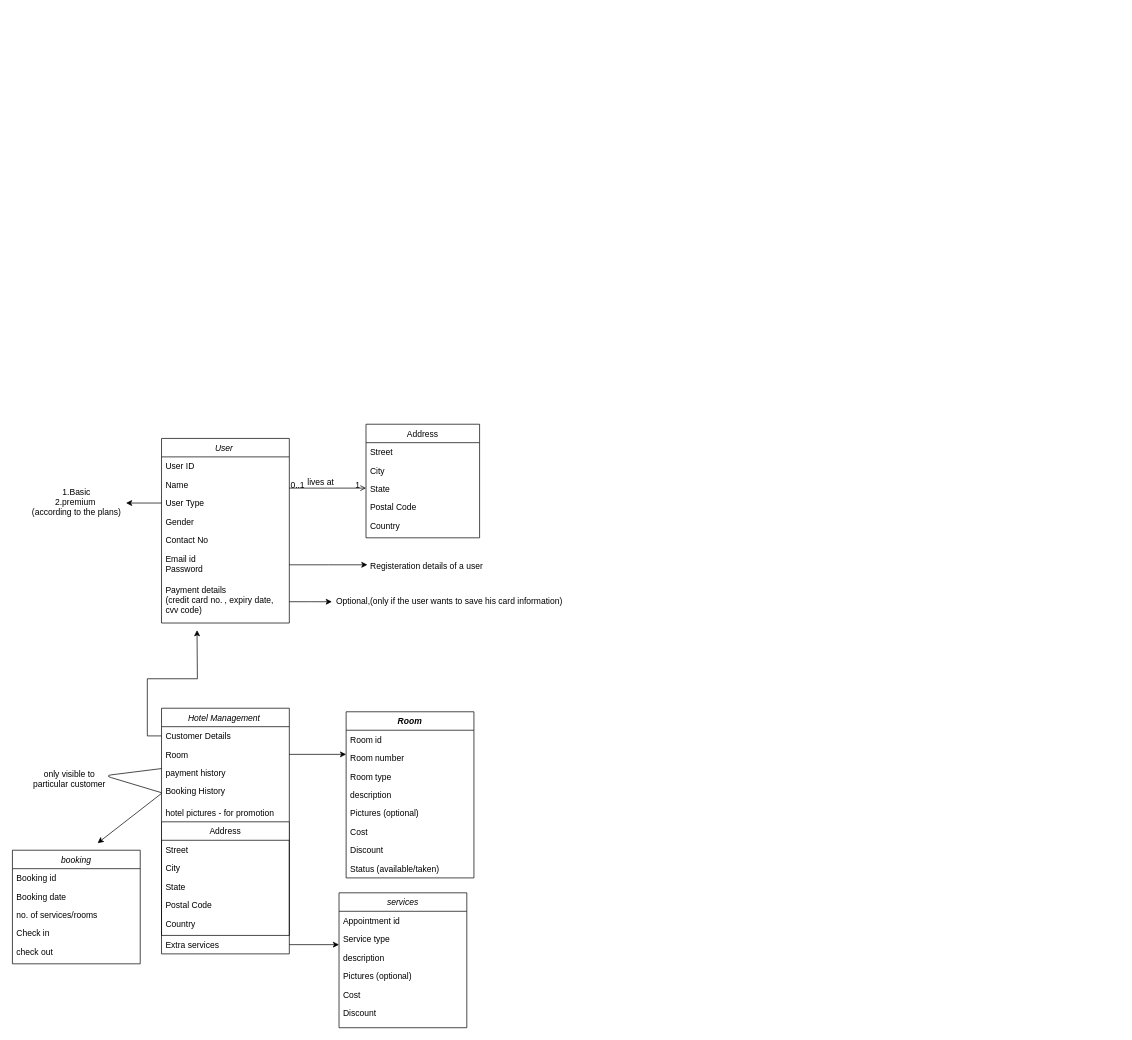
Earlier version of the draw.io diagram Untitled Diagram.drawio (riyagarg26/database_design). Source tidied: cells renumbered, new cells numbered last; positions are measured from the earlier drawing's top-left corner, leaving out a move shared by most shapes. Both pictures are drawn from the tidied source at 71%, with x=0, y=0 at pixel (12, 424).
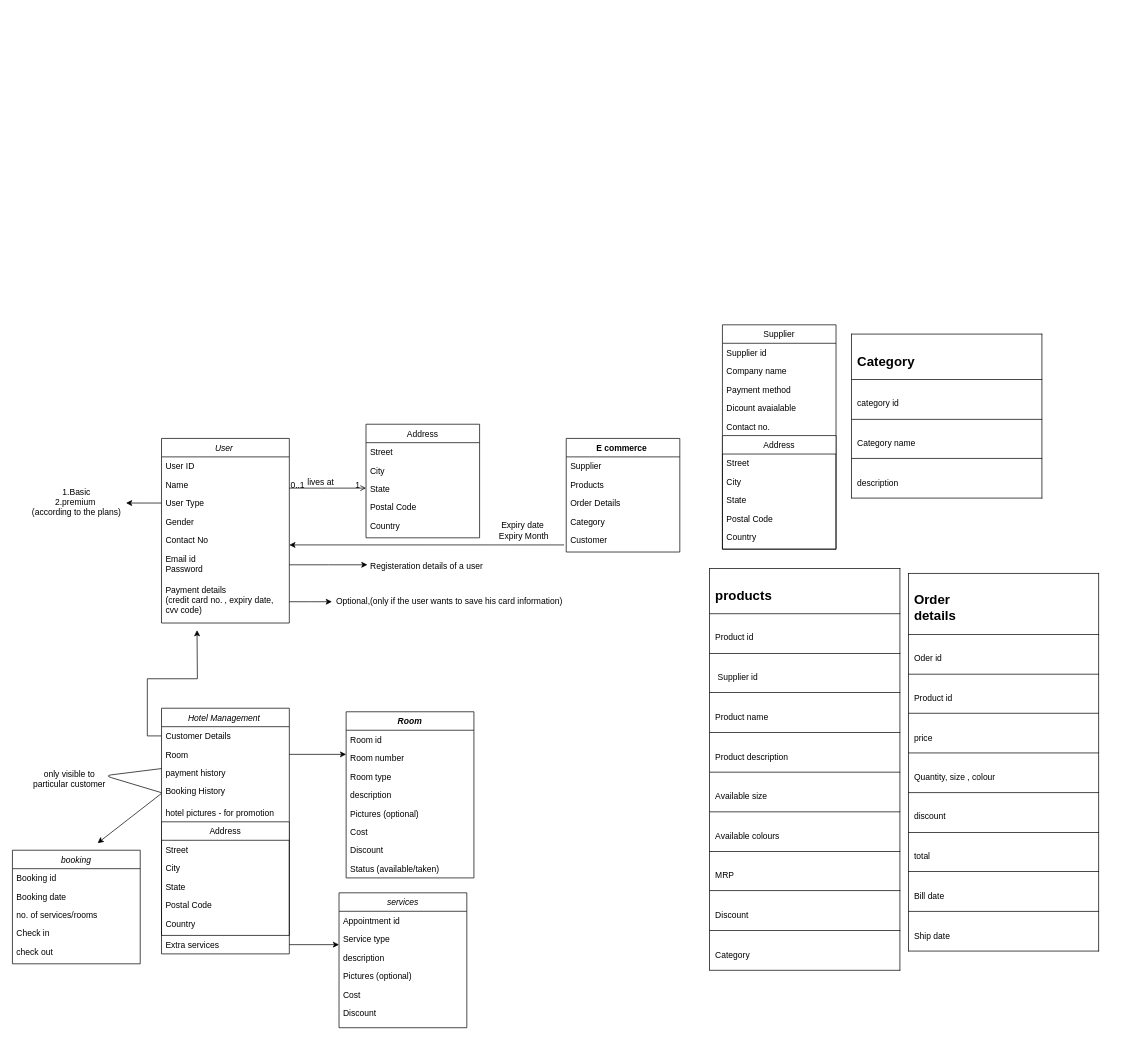
The same diagram, later.

Unchanged cells that the change refers to:
```xml
<mxCell id="7" value="Contact No" style="text;align=left;verticalAlign=top;spacingLeft=4;spacingRight=4;overflow=hidden;points=[[0,0.5],[1,0.5]];portConstraint=eastwest;rounded=0;shadow=0;html=0;" parent="2" vertex="1">
  <mxGeometry y="130" width="180" height="26" as="geometry" />
</mxCell>
```

Change to the diagram source:
```diff
@@
+    <mxCell id="67" style="endArrow=classic;html=1;entryX=1;entryY=0.769;entryDx=0;entryDy=0;entryPerimeter=0;" parent="1" edge="1" target="7">
+      <mxGeometry relative="1" as="geometry">
+        <mxPoint x="777" y="170" as="sourcePoint" />
+      </mxGeometry>
+    </mxCell>
+    <mxCell id="68" value="E commerce " style="swimlane;fontStyle=1;align=center;verticalAlign=top;horizontal=1;startSize=26;rounded=0;shadow=0;strokeWidth=1;" parent="1" vertex="1">
+      <mxGeometry x="780" y="20" width="160" height="160" as="geometry" />
+    </mxCell>
+    <mxCell id="69" value="Supplier" style="text;align=left;verticalAlign=top;spacingLeft=4;spacingRight=4;overflow=hidden;" parent="68" vertex="1">
+      <mxGeometry y="26" width="160" height="26" as="geometry" />
+    </mxCell>
+    <mxCell id="70" value="Products" style="text;align=left;verticalAlign=top;spacingLeft=4;spacingRight=4;overflow=hidden;rounded=0;shadow=0;html=0;" parent="68" vertex="1">
+      <mxGeometry y="52" width="160" height="26" as="geometry" />
+    </mxCell>
+    <mxCell id="71" value="Order Details " style="text;align=left;verticalAlign=top;spacingLeft=4;spacingRight=4;overflow=hidden;rounded=0;shadow=0;html=0;" parent="68" vertex="1">
+      <mxGeometry y="78" width="160" height="26" as="geometry" />
+    </mxCell>
+    <mxCell id="72" value="Category" style="text;align=left;verticalAlign=top;spacingLeft=4;spacingRight=4;overflow=hidden;rounded=0;shadow=0;html=0;" parent="68" vertex="1">
+      <mxGeometry y="104" width="160" height="26" as="geometry" />
+    </mxCell>
+    <mxCell id="73" value="Customer" style="text;align=left;verticalAlign=top;spacingLeft=4;spacingRight=4;overflow=hidden;rounded=0;shadow=0;html=0;" parent="68" vertex="1">
+      <mxGeometry y="130" width="160" height="26" as="geometry" />
+    </mxCell>
+    <mxCell id="74" value="Supplier" style="swimlane;fontStyle=0;align=center;verticalAlign=top;horizontal=1;startSize=26;rounded=0;shadow=0;strokeWidth=1;" parent="1" vertex="1">
+      <mxGeometry x="1000" y="-140" width="160" height="316" as="geometry" />
+    </mxCell>
+    <mxCell id="75" value="Supplier id " style="text;align=left;verticalAlign=top;spacingLeft=4;spacingRight=4;overflow=hidden;rounded=0;shadow=0;html=0;" parent="74" vertex="1">
+      <mxGeometry y="26" width="160" height="26" as="geometry" />
+    </mxCell>
+    <mxCell id="76" value="Company name " style="text;align=left;verticalAlign=top;spacingLeft=4;spacingRight=4;overflow=hidden;rounded=0;shadow=0;html=0;" parent="74" vertex="1">
+      <mxGeometry y="52" width="160" height="26" as="geometry" />
+    </mxCell>
+    <mxCell id="77" value="Payment method" style="text;align=left;verticalAlign=top;spacingLeft=4;spacingRight=4;overflow=hidden;rounded=0;shadow=0;html=0;" parent="74" vertex="1">
+      <mxGeometry y="78" width="160" height="26" as="geometry" />
+    </mxCell>
+    <mxCell id="78" value="Dicount avaialable" style="text;align=left;verticalAlign=top;spacingLeft=4;spacingRight=4;overflow=hidden;rounded=0;shadow=0;html=0;" parent="74" vertex="1">
+      <mxGeometry y="104" width="160" height="26" as="geometry" />
+    </mxCell>
+    <mxCell id="79" value="Contact no." style="text;align=left;verticalAlign=top;spacingLeft=4;spacingRight=4;overflow=hidden;rounded=0;shadow=0;html=0;" parent="74" vertex="1">
+      <mxGeometry y="130" width="160" height="26" as="geometry" />
+    </mxCell>
+    <mxCell id="80" value="Address" style="swimlane;fontStyle=0;align=center;verticalAlign=top;horizontal=1;startSize=26;rounded=0;shadow=0;strokeWidth=1;" parent="74" vertex="1">
+      <mxGeometry y="156" width="160" height="160" as="geometry" />
+    </mxCell>
+    <mxCell id="81" value="Street" style="text;align=left;verticalAlign=top;spacingLeft=4;spacingRight=4;overflow=hidden;" parent="80" vertex="1">
+      <mxGeometry y="26" width="160" height="26" as="geometry" />
+    </mxCell>
+    <mxCell id="82" value="City" style="text;align=left;verticalAlign=top;spacingLeft=4;spacingRight=4;overflow=hidden;rounded=0;shadow=0;html=0;" parent="80" vertex="1">
+      <mxGeometry y="52" width="160" height="26" as="geometry" />
+    </mxCell>
+    <mxCell id="83" value="State" style="text;align=left;verticalAlign=top;spacingLeft=4;spacingRight=4;overflow=hidden;rounded=0;shadow=0;html=0;" parent="80" vertex="1">
+      <mxGeometry y="78" width="160" height="26" as="geometry" />
+    </mxCell>
+    <mxCell id="84" value="Postal Code" style="text;align=left;verticalAlign=top;spacingLeft=4;spacingRight=4;overflow=hidden;rounded=0;shadow=0;html=0;" parent="80" vertex="1">
+      <mxGeometry y="104" width="160" height="26" as="geometry" />
+    </mxCell>
+    <mxCell id="85" value="Country" style="text;align=left;verticalAlign=top;spacingLeft=4;spacingRight=4;overflow=hidden;rounded=0;shadow=0;html=0;" parent="80" vertex="1">
+      <mxGeometry y="130" width="160" height="26" as="geometry" />
+    </mxCell>
+    <mxCell id="86" value="&lt;table class=&quot;MsoTableGrid&quot; border=&quot;1&quot; cellspacing=&quot;0&quot; cellpadding=&quot;0&quot; style=&quot;border-collapse: collapse ; border: none&quot;&gt;&#10; &lt;tbody&gt;&lt;tr&gt;&#10;  &lt;td width=&quot;253&quot; valign=&quot;top&quot; style=&quot;width: 189.7pt ; border: solid black 1.0pt ; padding: 0cm 5.4pt 0cm 5.4pt&quot;&gt;&#10;  &lt;p class=&quot;MsoNormal&quot; style=&quot;margin-bottom: 0cm ; margin-bottom: 0.0001pt ; line-height: normal&quot;&gt;&lt;b&gt;&lt;span style=&quot;font-size: 14.0pt&quot;&gt;products&lt;/span&gt;&lt;/b&gt;&lt;/p&gt;&#10;  &lt;/td&gt;&#10; &lt;/tr&gt;&#10; &lt;tr&gt;&#10;  &lt;td width=&quot;253&quot; valign=&quot;top&quot; style=&quot;width: 189.7pt ; border: solid black 1.0pt ; border-top: none ; padding: 0cm 5.4pt 0cm 5.4pt&quot;&gt;&#10;  &lt;p class=&quot;MsoNormal&quot; style=&quot;margin-bottom: 0cm ; margin-bottom: 0.0001pt ; line-height: normal&quot;&gt;Product id&lt;/p&gt;&#10;  &lt;/td&gt;&#10; &lt;/tr&gt;&#10; &lt;tr&gt;&#10;  &lt;td width=&quot;253&quot; valign=&quot;top&quot; style=&quot;width: 189.7pt ; border: solid black 1.0pt ; border-top: none ; padding: 0cm 5.4pt 0cm 5.4pt&quot;&gt;&#10;  &lt;p class=&quot;MsoNormal&quot; style=&quot;margin-bottom: 0cm ; margin-bottom: 0.0001pt ; line-height: normal&quot;&gt;&lt;span&gt;&amp;nbsp;&lt;/span&gt;Supplier id&lt;/p&gt;&#10;  &lt;/td&gt;&#10; &lt;/tr&gt;&#10; &lt;tr&gt;&#10;  &lt;td width=&quot;253&quot; valign=&quot;top&quot; style=&quot;width: 189.7pt ; border: solid black 1.0pt ; border-top: none ; padding: 0cm 5.4pt 0cm 5.4pt&quot;&gt;&#10;  &lt;p class=&quot;MsoNormal&quot; style=&quot;margin-bottom: 0cm ; margin-bottom: 0.0001pt ; line-height: normal&quot;&gt;Product name&lt;/p&gt;&#10;  &lt;/td&gt;&#10; &lt;/tr&gt;&#10; &lt;tr&gt;&#10;  &lt;td width=&quot;253&quot; valign=&quot;top&quot; style=&quot;width: 189.7pt ; border: solid black 1.0pt ; border-top: none ; padding: 0cm 5.4pt 0cm 5.4pt&quot;&gt;&#10;  &lt;p class=&quot;MsoNormal&quot; style=&quot;margin-bottom: 0cm ; margin-bottom: 0.0001pt ; line-height: normal&quot;&gt;Product description&lt;/p&gt;&#10;  &lt;/td&gt;&#10; &lt;/tr&gt;&#10; &lt;tr style=&quot;height: 3.95pt&quot;&gt;&#10;  &lt;td width=&quot;253&quot; valign=&quot;top&quot; style=&quot;width: 189.7pt ; border: solid black 1.0pt ; border-top: none ; padding: 0cm 5.4pt 0cm 5.4pt ; height: 3.95pt&quot;&gt;&#10;  &lt;p class=&quot;MsoNormal&quot; style=&quot;margin-bottom: 0cm ; margin-bottom: 0.0001pt ; line-height: normal&quot;&gt;Available size&lt;/p&gt;&#10;  &lt;/td&gt;&#10; &lt;/tr&gt;&#10; &lt;tr&gt;&#10;  &lt;td width=&quot;253&quot; valign=&quot;top&quot; style=&quot;width: 189.7pt ; border: solid black 1.0pt ; border-top: none ; padding: 0cm 5.4pt 0cm 5.4pt&quot;&gt;&#10;  &lt;p class=&quot;MsoNormal&quot; style=&quot;margin-bottom: 0cm ; margin-bottom: 0.0001pt ; line-height: normal&quot;&gt;Available colours&lt;/p&gt;&#10;  &lt;/td&gt;&#10; &lt;/tr&gt;&#10; &lt;tr&gt;&#10;  &lt;td width=&quot;253&quot; valign=&quot;top&quot; style=&quot;width: 189.7pt ; border: solid black 1.0pt ; border-top: none ; padding: 0cm 5.4pt 0cm 5.4pt&quot;&gt;&#10;  &lt;p class=&quot;MsoNormal&quot; style=&quot;margin-bottom: 0cm ; margin-bottom: 0.0001pt ; line-height: normal&quot;&gt;MRP&lt;/p&gt;&#10;  &lt;/td&gt;&#10; &lt;/tr&gt;&#10; &lt;tr&gt;&#10;  &lt;td width=&quot;253&quot; valign=&quot;top&quot; style=&quot;width: 189.7pt ; border: solid black 1.0pt ; border-top: none ; padding: 0cm 5.4pt 0cm 5.4pt&quot;&gt;&#10;  &lt;p class=&quot;MsoNormal&quot; style=&quot;margin-bottom: 0cm ; margin-bottom: 0.0001pt ; line-height: normal&quot;&gt;Discount&lt;/p&gt;&#10;  &lt;/td&gt;&#10; &lt;/tr&gt;&#10; &lt;tr&gt;&#10;  &lt;td width=&quot;253&quot; valign=&quot;top&quot; style=&quot;width: 189.7pt ; border: solid black 1.0pt ; border-top: none ; padding: 0cm 5.4pt 0cm 5.4pt&quot;&gt;&#10;  &lt;p class=&quot;MsoNormal&quot; style=&quot;margin-bottom: 0cm ; margin-bottom: 0.0001pt ; line-height: normal&quot;&gt;Category &lt;/p&gt;&#10;  &lt;/td&gt;&#10; &lt;/tr&gt;&#10;&lt;/tbody&gt;&lt;/table&gt;" style="text;whiteSpace=wrap;html=1;" parent="1" vertex="1">
+      <mxGeometry x="980" y="-250" width="300" height="900" as="geometry" />
+    </mxCell>
+    <mxCell id="87" value="Expiry date&amp;nbsp;&lt;br&gt;Expiry Month" style="text;html=1;align=center;verticalAlign=middle;fillColor=none;strokeColor=none;rounded=0;" parent="1" vertex="1">
+      <mxGeometry x="675" y="135" width="90" height="30" as="geometry" />
+    </mxCell>
+    <mxCell id="88" value="&#10;&#10;&#10;&#10;&#10;&#10;&#10;&#10;&#10;&#10;&#10;&#10;&#10;&#10;&#10;&#10;&#10;&#10;&lt;table class=&quot;MsoTableGrid&quot; border=&quot;1&quot; cellspacing=&quot;0&quot; cellpadding=&quot;0&quot; style=&quot;border-collapse: collapse ; border: none&quot;&gt;&#10; &lt;tbody&gt;&lt;tr&gt;&#10;  &lt;td width=&quot;253&quot; valign=&quot;top&quot; style=&quot;width: 189.7pt ; border: solid black 1.0pt ; padding: 0cm 5.4pt 0cm 5.4pt&quot;&gt;&#10;  &lt;p class=&quot;MsoNormal&quot; style=&quot;margin-bottom: 0cm ; margin-bottom: 0.0001pt ; line-height: normal&quot;&gt;&lt;b&gt;&lt;span style=&quot;font-size: 14.0pt&quot;&gt;Category&lt;/span&gt;&lt;/b&gt;&lt;/p&gt;&#10;  &lt;/td&gt;&#10; &lt;/tr&gt;&#10; &lt;tr&gt;&#10;  &lt;td width=&quot;253&quot; valign=&quot;top&quot; style=&quot;width: 189.7pt ; border: solid black 1.0pt ; border-top: none ; padding: 0cm 5.4pt 0cm 5.4pt&quot;&gt;&#10;  &lt;p class=&quot;MsoNormal&quot; style=&quot;margin-bottom: 0cm ; margin-bottom: 0.0001pt ; line-height: normal&quot;&gt;category id&lt;/p&gt;&#10;  &lt;/td&gt;&#10; &lt;/tr&gt;&#10; &lt;tr&gt;&#10;  &lt;td width=&quot;253&quot; valign=&quot;top&quot; style=&quot;width: 189.7pt ; border: solid black 1.0pt ; border-top: none ; padding: 0cm 5.4pt 0cm 5.4pt&quot;&gt;&#10;  &lt;p class=&quot;MsoNormal&quot; style=&quot;margin-bottom: 0cm ; margin-bottom: 0.0001pt ; line-height: normal&quot;&gt;Category name&lt;/p&gt;&#10;  &lt;/td&gt;&#10; &lt;/tr&gt;&#10; &lt;tr&gt;&#10;  &lt;td width=&quot;253&quot; valign=&quot;top&quot; style=&quot;width: 189.7pt ; border: solid black 1.0pt ; border-top: none ; padding: 0cm 5.4pt 0cm 5.4pt&quot;&gt;&#10;  &lt;p class=&quot;MsoNormal&quot; style=&quot;margin-bottom: 0cm ; margin-bottom: 0.0001pt ; line-height: normal&quot;&gt;description&lt;/p&gt;&#10;  &lt;/td&gt;&#10; &lt;/tr&gt;&#10;&lt;/tbody&gt;&lt;/table&gt;&#10;&#10;&#10;&#10;&#10;&#10;" style="text;whiteSpace=wrap;html=1;" parent="1" vertex="1">
+      <mxGeometry x="1180" y="-580" width="300" height="930" as="geometry" />
+    </mxCell>
+    <mxCell id="89" value="&lt;table class=&quot;MsoTableGrid&quot; border=&quot;1&quot; cellspacing=&quot;0&quot; cellpadding=&quot;0&quot; style=&quot;border-collapse: collapse ; border: none&quot;&gt;&#10; &lt;tbody&gt;&lt;tr&gt;&#10;  &lt;td width=&quot;253&quot; valign=&quot;top&quot; style=&quot;width: 189.7pt ; border: solid black 1.0pt ; padding: 0cm 5.4pt 0cm 5.4pt&quot;&gt;&#10;  &lt;p class=&quot;MsoNormal&quot; style=&quot;margin-bottom: 0cm ; margin-bottom: 0.0001pt ; line-height: normal&quot;&gt;&lt;b&gt;&lt;span style=&quot;font-size: 14.0pt&quot;&gt;Order&#10;  details&lt;/span&gt;&lt;/b&gt;&lt;/p&gt;&#10;  &lt;/td&gt;&#10; &lt;/tr&gt;&#10; &lt;tr&gt;&#10;  &lt;td width=&quot;253&quot; valign=&quot;top&quot; style=&quot;width: 189.7pt ; border: solid black 1.0pt ; border-top: none ; padding: 0cm 5.4pt 0cm 5.4pt&quot;&gt;&#10;  &lt;p class=&quot;MsoNormal&quot; style=&quot;margin-bottom: 0cm ; margin-bottom: 0.0001pt ; line-height: normal&quot;&gt;Oder id&lt;/p&gt;&#10;  &lt;/td&gt;&#10; &lt;/tr&gt;&#10; &lt;tr&gt;&#10;  &lt;td width=&quot;253&quot; valign=&quot;top&quot; style=&quot;width: 189.7pt ; border: solid black 1.0pt ; border-top: none ; padding: 0cm 5.4pt 0cm 5.4pt&quot;&gt;&#10;  &lt;p class=&quot;MsoNormal&quot; style=&quot;margin-bottom: 0cm ; margin-bottom: 0.0001pt ; line-height: normal&quot;&gt;Product id&lt;/p&gt;&#10;  &lt;/td&gt;&#10; &lt;/tr&gt;&#10; &lt;tr&gt;&#10;  &lt;td width=&quot;253&quot; valign=&quot;top&quot; style=&quot;width: 189.7pt ; border: solid black 1.0pt ; border-top: none ; padding: 0cm 5.4pt 0cm 5.4pt&quot;&gt;&#10;  &lt;p class=&quot;MsoNormal&quot; style=&quot;margin-bottom: 0cm ; margin-bottom: 0.0001pt ; line-height: normal&quot;&gt;price&lt;/p&gt;&#10;  &lt;/td&gt;&#10; &lt;/tr&gt;&#10; &lt;tr&gt;&#10;  &lt;td width=&quot;253&quot; valign=&quot;top&quot; style=&quot;width: 189.7pt ; border: solid black 1.0pt ; border-top: none ; padding: 0cm 5.4pt 0cm 5.4pt&quot;&gt;&#10;  &lt;p class=&quot;MsoNormal&quot; style=&quot;margin-bottom: 0cm ; margin-bottom: 0.0001pt ; line-height: normal&quot;&gt;Quantity, size , colour&lt;/p&gt;&#10;  &lt;/td&gt;&#10; &lt;/tr&gt;&#10; &lt;tr style=&quot;height: 3.95pt&quot;&gt;&#10;  &lt;td width=&quot;253&quot; valign=&quot;top&quot; style=&quot;width: 189.7pt ; border: solid black 1.0pt ; border-top: none ; padding: 0cm 5.4pt 0cm 5.4pt ; height: 3.95pt&quot;&gt;&#10;  &lt;p class=&quot;MsoNormal&quot; style=&quot;margin-bottom: 0cm ; margin-bottom: 0.0001pt ; line-height: normal&quot;&gt;discount&lt;/p&gt;&#10;  &lt;/td&gt;&#10; &lt;/tr&gt;&#10; &lt;tr&gt;&#10;  &lt;td width=&quot;253&quot; valign=&quot;top&quot; style=&quot;width: 189.7pt ; border: solid black 1.0pt ; border-top: none ; padding: 0cm 5.4pt 0cm 5.4pt&quot;&gt;&#10;  &lt;p class=&quot;MsoNormal&quot; style=&quot;margin-bottom: 0cm ; margin-bottom: 0.0001pt ; line-height: normal&quot;&gt;total&lt;/p&gt;&#10;  &lt;/td&gt;&#10; &lt;/tr&gt;&#10; &lt;tr&gt;&#10;  &lt;td width=&quot;253&quot; valign=&quot;top&quot; style=&quot;width: 189.7pt ; border: solid black 1.0pt ; border-top: none ; padding: 0cm 5.4pt 0cm 5.4pt&quot;&gt;&#10;  &lt;p class=&quot;MsoNormal&quot; style=&quot;margin-bottom: 0cm ; margin-bottom: 0.0001pt ; line-height: normal&quot;&gt;Bill date&lt;/p&gt;&#10;  &lt;/td&gt;&#10; &lt;/tr&gt;&#10; &lt;tr style=&quot;height: 3.5pt&quot;&gt;&#10;  &lt;td width=&quot;253&quot; valign=&quot;top&quot; style=&quot;width: 189.7pt ; border: solid black 1.0pt ; border-top: none ; padding: 0cm 5.4pt 0cm 5.4pt ; height: 3.5pt&quot;&gt;&#10;  &lt;p class=&quot;MsoNormal&quot; style=&quot;margin-bottom: 0cm ; margin-bottom: 0.0001pt ; line-height: normal&quot;&gt;Ship date &lt;/p&gt;&#10;  &lt;/td&gt;&#10; &lt;/tr&gt;&#10;&lt;/tbody&gt;&lt;/table&gt;" style="text;whiteSpace=wrap;html=1;" parent="1" vertex="1">
+      <mxGeometry x="1260" y="-200" width="300" height="930" as="geometry" />
+    </mxCell>
```
